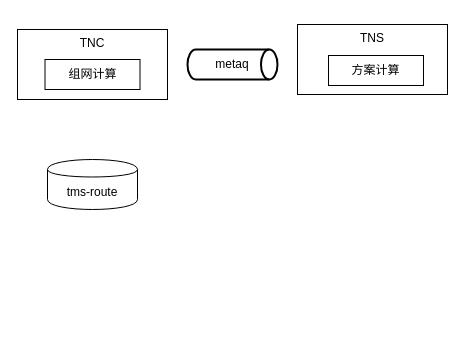
Above: Untitled Diagram.drawio in shaonianwu/cainiao (draw.io), before the change. Source tidied: cells renumbered, new cells numbered last; positions are measured from the earlier drawing's top-left corner, leaving out a move shared by most shapes. Both pictures are drawn from the tidied source at 100%, with x=0, y=0 at pixel (17, 24).
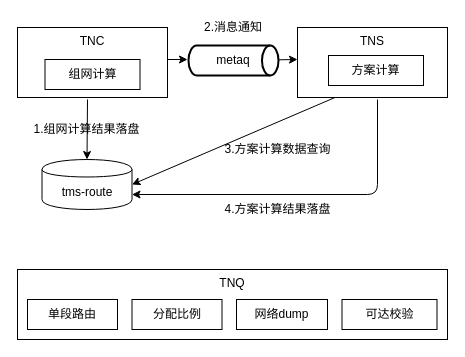
The same diagram, later.

Change to the diagram source:
```diff
@@
     <mxCell id="2" value="TNC" style="rounded=0;whiteSpace=wrap;html=1;verticalAlign=top;" parent="1" vertex="1">
-      <mxGeometry y="5" width="150" height="70" as="geometry" />
+      <mxGeometry y="3" width="150" height="70" as="geometry" />
     </mxCell>
@@
     <mxCell id="4" value="TNS" style="rounded=0;whiteSpace=wrap;html=1;verticalAlign=top;" parent="1" vertex="1">
-      <mxGeometry x="280" width="150" height="70" as="geometry" />
+      <mxGeometry x="280" y="3" width="150" height="70" as="geometry" />
     </mxCell>
-    <mxCell id="5" value="metaq" style="strokeWidth=2;html=1;shape=mxgraph.flowchart.direct_data;whiteSpace=wrap;" parent="1" vertex="1">
-      <mxGeometry x="170" y="25" width="90" height="30" as="geometry" />
-    </mxCell>
@@
     <mxCell id="7" value="tms-route" style="shape=cylinder;whiteSpace=wrap;html=1;boundedLbl=1;backgroundOutline=1;" parent="1" vertex="1">
-      <mxGeometry x="30" y="135" width="90" height="50" as="geometry" />
+      <mxGeometry x="24.5" y="135" width="90" height="50" as="geometry" />
     </mxCell>
+    <mxCell id="8" style="endArrow=classic;html=1;exitX=0.25;exitY=1;exitDx=0;exitDy=0;entryX=1;entryY=0.5;entryDx=0;entryDy=0;" parent="1" edge="1" source="4" target="7">
+      <mxGeometry relative="1" as="geometry" />
+    </mxCell>
+    <mxCell id="9" value="3.方案计算数据查询" style="text;html=1;strokeColor=none;fillColor=none;align=center;verticalAlign=middle;whiteSpace=wrap;rounded=0;" parent="1" vertex="1">
+      <mxGeometry x="195.5" y="115" width="129" height="20" as="geometry" />
+    </mxCell>
+    <mxCell id="10" style="endArrow=classic;html=1;" parent="1" edge="1" source="5">
+      <mxGeometry relative="1" as="geometry">
+        <mxPoint x="280" y="35" as="targetPoint" />
+      </mxGeometry>
+    </mxCell>
+    <mxCell id="5" value="metaq" style="strokeWidth=2;html=1;shape=mxgraph.flowchart.direct_data;whiteSpace=wrap;" parent="1" vertex="1">
+      <mxGeometry x="171" y="21" width="90" height="30" as="geometry" />
+    </mxCell>
+    <mxCell id="11" style="endArrow=classic;html=1;" parent="1" edge="1">
+      <mxGeometry relative="1" as="geometry">
+        <mxPoint x="150" y="35" as="sourcePoint" />
+        <mxPoint x="170" y="35" as="targetPoint" />
+      </mxGeometry>
+    </mxCell>
+    <mxCell id="12" style="endArrow=classic;html=1;entryX=0.5;entryY=0;entryDx=0;entryDy=0;" parent="1" edge="1" target="7">
+      <mxGeometry relative="1" as="geometry">
+        <mxPoint x="70" y="75" as="sourcePoint" />
+      </mxGeometry>
+    </mxCell>
+    <mxCell id="13" value="1.组网计算结果落盘" style="text;html=1;strokeColor=none;fillColor=none;align=center;verticalAlign=middle;whiteSpace=wrap;rounded=0;" parent="1" vertex="1">
+      <mxGeometry x="5" y="95" width="129" height="20" as="geometry" />
+    </mxCell>
+    <mxCell id="14" value="2.消息通知" style="text;html=1;strokeColor=none;fillColor=none;align=center;verticalAlign=middle;whiteSpace=wrap;rounded=0;" parent="1" vertex="1">
+      <mxGeometry x="186" y="-7" width="60" height="20" as="geometry" />
+    </mxCell>
+    <mxCell id="15" style="endArrow=classic;html=1;entryX=1;entryY=0.7;entryDx=0;entryDy=0;" parent="1" edge="1" target="7">
+      <mxGeometry relative="1" as="geometry">
+        <mxPoint x="360" y="75" as="sourcePoint" />
+        <Array as="points">
+          <mxPoint x="360" y="170" />
+        </Array>
+      </mxGeometry>
+    </mxCell>
+    <mxCell id="16" value="4.方案计算结果落盘" style="text;html=1;strokeColor=none;fillColor=none;align=center;verticalAlign=middle;whiteSpace=wrap;rounded=0;" parent="1" vertex="1">
+      <mxGeometry x="195.5" y="175" width="129" height="20" as="geometry" />
+    </mxCell>
+    <mxCell id="17" value="TNQ" style="rounded=0;whiteSpace=wrap;html=1;verticalAlign=top;" parent="1" vertex="1">
+      <mxGeometry y="245" width="430" height="70" as="geometry" />
+    </mxCell>
+    <mxCell id="18" value="单段路由" style="rounded=0;whiteSpace=wrap;html=1;" parent="1" vertex="1">
+      <mxGeometry x="10" y="275" width="90" height="30" as="geometry" />
+    </mxCell>
+    <mxCell id="19" value="分配比例" style="rounded=0;whiteSpace=wrap;html=1;" parent="1" vertex="1">
+      <mxGeometry x="114.5" y="275" width="90" height="30" as="geometry" />
+    </mxCell>
+    <mxCell id="20" value="网络dump" style="rounded=0;whiteSpace=wrap;html=1;" parent="1" vertex="1">
+      <mxGeometry x="219" y="275" width="91" height="30" as="geometry" />
+    </mxCell>
+    <mxCell id="21" value="可达校验" style="rounded=0;whiteSpace=wrap;html=1;" parent="1" vertex="1">
+      <mxGeometry x="324.5" y="275" width="95" height="30" as="geometry" />
+    </mxCell>
```
